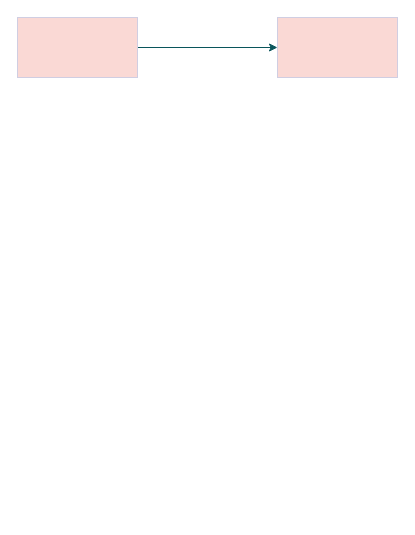
Earlier version of the draw.io diagram Untitled Diagram.drawio (sparrowfly/huzyi). Source tidied: cells renumbered, new cells numbered last; positions are measured from the earlier drawing's top-left corner, leaving out a move shared by most shapes. Both pictures are drawn from the tidied source at 100%, with x=0, y=0 at pixel (17, 17).
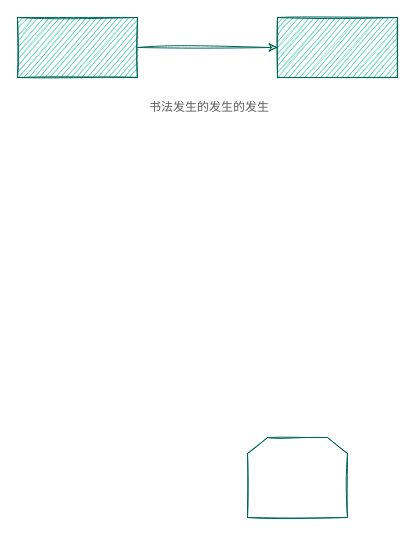
The same page after the edit.

Change to the diagram source:
```diff
@@
 <mxGraphModel>
   <root>
     <mxCell id="0" />
     <mxCell id="1" parent="0" />
-    <mxCell id="2" style="edgeStyle=orthogonalEdgeStyle;jettySize=auto;html=1;entryX=0;entryY=0.5;entryDx=0;entryDy=0;strokeColor=#09555B;fontColor=#1A1A1A;" parent="1" edge="1" source="3" target="4">
+    <mxCell id="2" style="edgeStyle=orthogonalEdgeStyle;jettySize=auto;html=1;entryX=0;entryY=0.5;entryDx=0;entryDy=0;strokeColor=#006658;fontColor=#5C5C5C;sketch=1;" parent="1" edge="1" source="3" target="4">
       <mxGeometry relative="1" as="geometry" />
     </mxCell>
-    <mxCell id="3" style="whiteSpace=wrap;html=1;fillColor=#FAD9D5;strokeColor=#D0CEE2;fontColor=#1A1A1A;" parent="1" vertex="1">
+    <mxCell id="3" style="whiteSpace=wrap;html=1;fillColor=#21C0A5;strokeColor=#006658;fontColor=#5C5C5C;sketch=1;" parent="1" vertex="1">
       <mxGeometry width="120" height="60" as="geometry" />
     </mxCell>
+    <mxCell id="5" value="书法发生的发生的发生" style="text;html=1;align=left;verticalAlign=middle;rounded=0;labelBorderColor=none;shadow=0;glass=0;fillStyle=cross-hatch;horizontal=1;fontColor=#5C5C5C;sketch=1;" parent="1" vertex="1">
+      <mxGeometry x="130" y="80" width="140" height="20" as="geometry" />
+    </mxCell>
-    <mxCell id="4" style="whiteSpace=wrap;html=1;fillColor=#FAD9D5;strokeColor=#D0CEE2;fontColor=#1A1A1A;" parent="1" vertex="1">
+    <mxCell id="4" style="whiteSpace=wrap;html=1;fillColor=#21C0A5;strokeColor=#006658;fontColor=#5C5C5C;sketch=1;" parent="1" vertex="1">
       <mxGeometry x="260" width="120" height="60" as="geometry" />
     </mxCell>
+    <mxCell id="6" style="shape=loopLimit;whiteSpace=wrap;html=1;rounded=0;shadow=0;glass=0;fontColor=#5C5C5C;strokeColor=#006658;fillColor=none;align=left;sketch=1;" parent="1" vertex="1">
+      <mxGeometry x="230" y="420" width="100" height="80" as="geometry" />
+    </mxCell>
   </root>
 </mxGraphModel>
```
